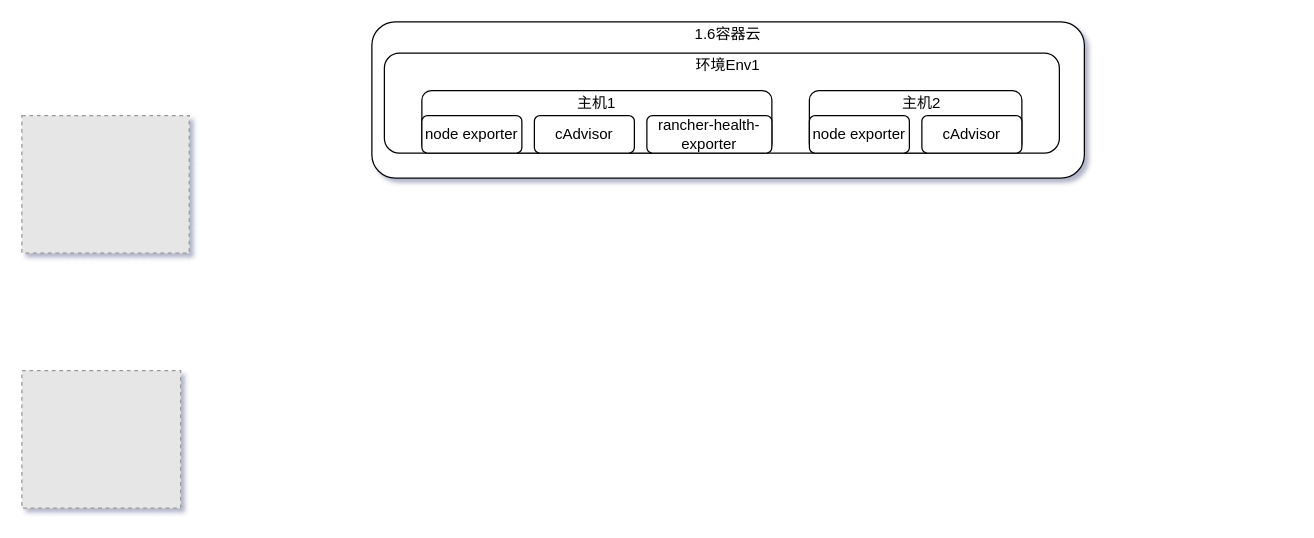
aiwantaozi/draw keeps this draw.io diagram as clcos-monitoring-deployment.drawio. Above is the earlier version. Source tidied: cells renumbered, new cells numbered last; positions are measured from the earlier drawing's top-left corner, leaving out a move shared by most shapes. Both pictures are drawn from the tidied source at 125%, with x=0, y=0 at pixel (21, 21). Pictures stored in the file or linked from it are replaced by grey dashed boxes.
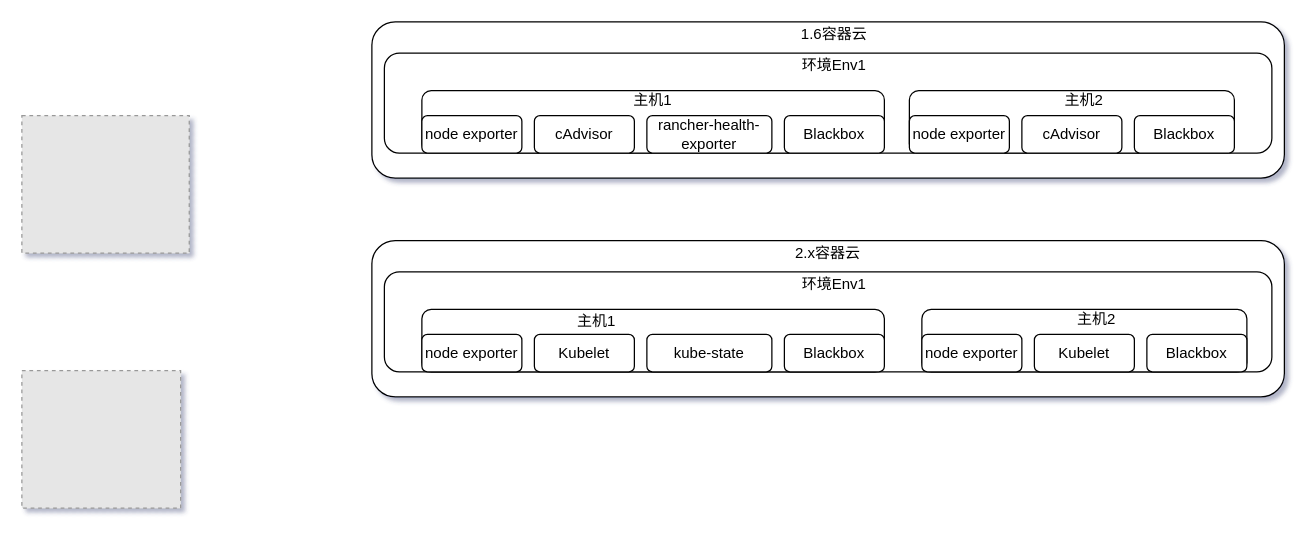
Above is the later version.

The edit, as a diff of the source:
```diff
@@
     <mxCell id="4" style="rounded=1;whiteSpace=wrap;html=1;strokeWidth=1;" parent="1" vertex="1">
-      <mxGeometry x="280" width="570" height="125" as="geometry" />
+      <mxGeometry x="280" width="730" height="125" as="geometry" />
     </mxCell>
     <mxCell id="5" style="rounded=1;whiteSpace=wrap;html=1;strokeWidth=1;" parent="1" vertex="1">
-      <mxGeometry x="290" y="25" width="540" height="80" as="geometry" />
+      <mxGeometry x="290" y="25" width="710" height="80" as="geometry" />
     </mxCell>
     <mxCell id="6" style="rounded=1;whiteSpace=wrap;html=1;strokeWidth=1;" parent="1" vertex="1">
-      <mxGeometry x="320" y="55" width="280" height="50" as="geometry" />
+      <mxGeometry x="320" y="55" width="370" height="50" as="geometry" />
     </mxCell>
@@
     <mxCell id="10" style="rounded=1;whiteSpace=wrap;html=1;strokeWidth=1;" parent="1" vertex="1">
-      <mxGeometry x="630" y="55" width="170" height="50" as="geometry" />
+      <mxGeometry x="710" y="55" width="260" height="50" as="geometry" />
     </mxCell>
     <mxCell id="11" value="node exporter" style="rounded=1;whiteSpace=wrap;html=1;strokeWidth=1;" parent="1" vertex="1">
-      <mxGeometry x="630" y="75" width="80" height="30" as="geometry" />
+      <mxGeometry x="710" y="75" width="80" height="30" as="geometry" />
     </mxCell>
     <mxCell id="12" value="cAdvisor" style="rounded=1;whiteSpace=wrap;html=1;strokeWidth=1;" parent="1" vertex="1">
-      <mxGeometry x="720" y="75" width="80" height="30" as="geometry" />
+      <mxGeometry x="800" y="75" width="80" height="30" as="geometry" />
     </mxCell>
     <mxCell id="13" value="1.6容器云" style="text;html=1;strokeColor=none;fillColor=none;align=center;verticalAlign=middle;whiteSpace=wrap;rounded=0;" parent="1" vertex="1">
-      <mxGeometry x="520" width="90" height="20" as="geometry" />
+      <mxGeometry x="605" width="90" height="20" as="geometry" />
     </mxCell>
     <mxCell id="14" value="环境Env1" style="text;html=1;strokeColor=none;fillColor=none;align=center;verticalAlign=middle;whiteSpace=wrap;rounded=0;" parent="1" vertex="1">
-      <mxGeometry x="520" y="25" width="90" height="20" as="geometry" />
+      <mxGeometry x="605" y="25" width="90" height="20" as="geometry" />
     </mxCell>
     <mxCell id="15" value="主机1" style="text;html=1;strokeColor=none;fillColor=none;align=center;verticalAlign=middle;whiteSpace=wrap;rounded=0;" parent="1" vertex="1">
-      <mxGeometry x="440" y="55" width="40" height="20" as="geometry" />
+      <mxGeometry x="485" y="52.5" width="40" height="20" as="geometry" />
     </mxCell>
     <mxCell id="16" value="主机2" style="text;html=1;strokeColor=none;fillColor=none;align=center;verticalAlign=middle;whiteSpace=wrap;rounded=0;" parent="1" vertex="1">
-      <mxGeometry x="700" y="55" width="40" height="20" as="geometry" />
+      <mxGeometry x="830" y="52.5" width="40" height="20" as="geometry" />
     </mxCell>
+    <mxCell id="17" style="rounded=1;whiteSpace=wrap;html=1;strokeWidth=1;" parent="1" vertex="1">
+      <mxGeometry x="280" y="175" width="730" height="125" as="geometry" />
+    </mxCell>
+    <mxCell id="18" style="rounded=1;whiteSpace=wrap;html=1;strokeWidth=1;" parent="1" vertex="1">
+      <mxGeometry x="290" y="200" width="710" height="80" as="geometry" />
+    </mxCell>
+    <mxCell id="19" style="rounded=1;whiteSpace=wrap;html=1;strokeWidth=1;" parent="1" vertex="1">
+      <mxGeometry x="320" y="230" width="370" height="50" as="geometry" />
+    </mxCell>
+    <mxCell id="20" value="node exporter" style="rounded=1;whiteSpace=wrap;html=1;strokeWidth=1;" parent="1" vertex="1">
+      <mxGeometry x="320" y="250" width="80" height="30" as="geometry" />
+    </mxCell>
+    <mxCell id="21" value="Kubelet" style="rounded=1;whiteSpace=wrap;html=1;strokeWidth=1;" parent="1" vertex="1">
+      <mxGeometry x="410" y="250" width="80" height="30" as="geometry" />
+    </mxCell>
+    <mxCell id="22" value="kube-state" style="rounded=1;whiteSpace=wrap;html=1;strokeWidth=1;" parent="1" vertex="1">
+      <mxGeometry x="500" y="250" width="100" height="30" as="geometry" />
+    </mxCell>
+    <mxCell id="23" style="rounded=1;whiteSpace=wrap;html=1;strokeWidth=1;" parent="1" vertex="1">
+      <mxGeometry x="720" y="230" width="260" height="50" as="geometry" />
+    </mxCell>
+    <mxCell id="24" value="node exporter" style="rounded=1;whiteSpace=wrap;html=1;strokeWidth=1;" parent="1" vertex="1">
+      <mxGeometry x="720" y="250" width="80" height="30" as="geometry" />
+    </mxCell>
+    <mxCell id="25" value="Kubelet" style="rounded=1;whiteSpace=wrap;html=1;strokeWidth=1;" parent="1" vertex="1">
+      <mxGeometry x="810" y="250" width="80" height="30" as="geometry" />
+    </mxCell>
+    <mxCell id="26" value="2.x容器云" style="text;html=1;strokeColor=none;fillColor=none;align=center;verticalAlign=middle;whiteSpace=wrap;rounded=0;" parent="1" vertex="1">
+      <mxGeometry x="600" y="175" width="90" height="20" as="geometry" />
+    </mxCell>
+    <mxCell id="27" value="环境Env1" style="text;html=1;strokeColor=none;fillColor=none;align=center;verticalAlign=middle;whiteSpace=wrap;rounded=0;" parent="1" vertex="1">
+      <mxGeometry x="605" y="200" width="90" height="20" as="geometry" />
+    </mxCell>
+    <mxCell id="28" value="主机1" style="text;html=1;strokeColor=none;fillColor=none;align=center;verticalAlign=middle;whiteSpace=wrap;rounded=0;" parent="1" vertex="1">
+      <mxGeometry x="440" y="230" width="40" height="20" as="geometry" />
+    </mxCell>
+    <mxCell id="29" value="主机2" style="text;html=1;strokeColor=none;fillColor=none;align=center;verticalAlign=middle;whiteSpace=wrap;rounded=0;" parent="1" vertex="1">
+      <mxGeometry x="840" y="227.5" width="40" height="20" as="geometry" />
+    </mxCell>
+    <mxCell id="30" value="Blackbox" style="rounded=1;whiteSpace=wrap;html=1;strokeWidth=1;" parent="1" vertex="1">
+      <mxGeometry x="610" y="75" width="80" height="30" as="geometry" />
+    </mxCell>
+    <mxCell id="31" value="Blackbox" style="rounded=1;whiteSpace=wrap;html=1;strokeWidth=1;" parent="1" vertex="1">
+      <mxGeometry x="890" y="75" width="80" height="30" as="geometry" />
+    </mxCell>
+    <mxCell id="32" value="Blackbox" style="rounded=1;whiteSpace=wrap;html=1;strokeWidth=1;" parent="1" vertex="1">
+      <mxGeometry x="610" y="250" width="80" height="30" as="geometry" />
+    </mxCell>
+    <mxCell id="33" value="Blackbox" style="rounded=1;whiteSpace=wrap;html=1;strokeWidth=1;" parent="1" vertex="1">
+      <mxGeometry x="900" y="250" width="80" height="30" as="geometry" />
+    </mxCell>
```
